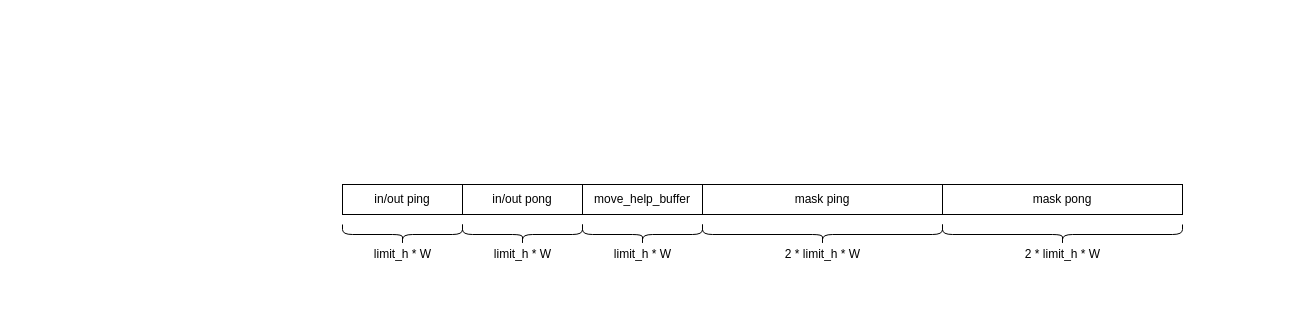
GuoZhiBin2014/algorithm keeps this draw.io diagram as softmax_ram.drawio. Above is the earlier version. Source tidied: cells renumbered, new cells numbered last; positions are measured from the earlier drawing's top-left corner, leaving out a move shared by most shapes. Both pictures are drawn from the tidied source at 100%, with x=0, y=0 at pixel (342, 114).
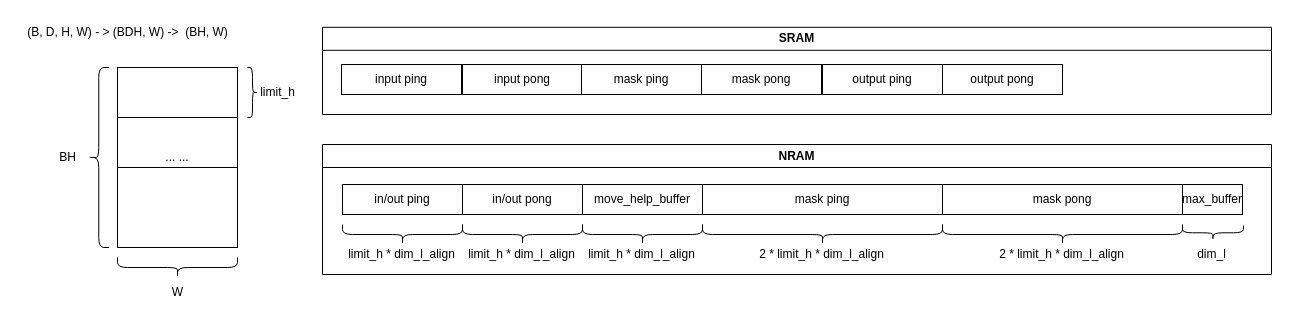
After the change.

Change to the diagram source:
```diff
@@
-    <mxCell id="8" value="limit_h * W" style="text;html=1;align=center;verticalAlign=middle;strokeColor=none;fillColor=none;" parent="1" vertex="1">
-      <mxGeometry x="20" y="125" width="80" height="30" as="geometry" />
+    <mxCell id="8" value="limit_h * dim_l_align" style="text;html=1;align=center;verticalAlign=middle;strokeColor=none;fillColor=none;" parent="1" vertex="1">
+      <mxGeometry x="-6" y="125" width="130" height="30" as="geometry" />
     </mxCell>
@@
-    <mxCell id="11" value="limit_h * W" style="text;html=1;align=center;verticalAlign=middle;strokeColor=none;fillColor=none;" parent="1" vertex="1">
-      <mxGeometry x="140" y="125" width="80" height="30" as="geometry" />
-    </mxCell>
-    <mxCell id="12" value="limit_h * W" style="text;html=1;align=center;verticalAlign=middle;strokeColor=none;fillColor=none;" parent="1" vertex="1">
-      <mxGeometry x="260" y="125" width="80" height="30" as="geometry" />
-    </mxCell>
@@
-    <mxCell id="14" value="2 * limit_h * W" style="text;html=1;align=center;verticalAlign=middle;strokeColor=none;fillColor=none;" parent="1" vertex="1">
-      <mxGeometry x="430" y="125" width="100" height="30" as="geometry" />
-    </mxCell>
-    <mxCell id="15" value="2 * limit_h * W" style="text;html=1;align=center;verticalAlign=middle;strokeColor=none;fillColor=none;" parent="1" vertex="1">
-      <mxGeometry x="670" y="125" width="100" height="30" as="geometry" />
-    </mxCell>
@@
+    <mxCell id="17" value="... ..." style="rounded=0;whiteSpace=wrap;html=1;" parent="1" vertex="1">
+      <mxGeometry x="-225" y="-47" width="120" height="180" as="geometry" />
+    </mxCell>
+    <mxCell id="18" style="shape=curlyBracket;whiteSpace=wrap;html=1;rounded=1;flipH=1;labelPosition=right;verticalLabelPosition=middle;align=left;verticalAlign=middle;rotation=90;" parent="1" vertex="1">
+      <mxGeometry x="-175" y="93" width="20" height="120" as="geometry" />
+    </mxCell>
+    <mxCell id="19" value="W" style="text;html=1;align=center;verticalAlign=middle;strokeColor=none;fillColor=none;" parent="1" vertex="1">
+      <mxGeometry x="-180" y="163" width="30" height="30" as="geometry" />
+    </mxCell>
+    <mxCell id="20" style="shape=curlyBracket;whiteSpace=wrap;html=1;rounded=1;flipH=1;labelPosition=right;verticalLabelPosition=middle;align=left;verticalAlign=middle;rotation=-180;" parent="1" vertex="1">
+      <mxGeometry x="-254" y="-47" width="20.5" height="180" as="geometry" />
+    </mxCell>
+    <mxCell id="21" value="BH" style="text;html=1;align=center;verticalAlign=middle;strokeColor=none;fillColor=none;" parent="1" vertex="1">
+      <mxGeometry x="-295" y="28" width="40" height="30" as="geometry" />
+    </mxCell>
+    <mxCell id="22" value="(B, D, H, W) - &amp;gt; (BDH, W) -&amp;gt;&amp;nbsp; (BH, W)" style="text;html=1;align=center;verticalAlign=middle;strokeColor=none;fillColor=none;" parent="1" vertex="1">
+      <mxGeometry x="-325" y="-97" width="220" height="30" as="geometry" />
+    </mxCell>
+    <mxCell id="23" style="endArrow=none;html=1;rounded=0;" parent="1" edge="1">
+      <mxGeometry relative="1" as="geometry">
+        <mxPoint x="-225" y="3" as="sourcePoint" />
+        <mxPoint x="-105" y="3" as="targetPoint" />
+      </mxGeometry>
+    </mxCell>
+    <mxCell id="24" style="endArrow=none;html=1;rounded=0;" parent="1" edge="1">
+      <mxGeometry relative="1" as="geometry">
+        <mxPoint x="-225" y="53" as="sourcePoint" />
+        <mxPoint x="-105" y="53" as="targetPoint" />
+      </mxGeometry>
+    </mxCell>
+    <mxCell id="25" style="shape=curlyBracket;whiteSpace=wrap;html=1;rounded=1;flipH=1;labelPosition=right;verticalLabelPosition=middle;align=left;verticalAlign=middle;size=0.5;" parent="1" vertex="1">
+      <mxGeometry x="-95" y="-47" width="10" height="50" as="geometry" />
+    </mxCell>
+    <mxCell id="26" value="limit_h" style="text;html=1;align=center;verticalAlign=middle;strokeColor=none;fillColor=none;" parent="1" vertex="1">
+      <mxGeometry x="-95" y="-37" width="60" height="30" as="geometry" />
+    </mxCell>
+    <mxCell id="27" value="limit_h * dim_l_align" style="text;html=1;align=center;verticalAlign=middle;strokeColor=none;fillColor=none;" parent="1" vertex="1">
+      <mxGeometry x="114" y="125" width="130" height="30" as="geometry" />
+    </mxCell>
+    <mxCell id="28" value="limit_h * dim_l_align" style="text;html=1;align=center;verticalAlign=middle;strokeColor=none;fillColor=none;" parent="1" vertex="1">
+      <mxGeometry x="234" y="125" width="130" height="30" as="geometry" />
+    </mxCell>
+    <mxCell id="29" value="2 * limit_h * dim_l_align" style="text;html=1;align=center;verticalAlign=middle;strokeColor=none;fillColor=none;" parent="1" vertex="1">
+      <mxGeometry x="404" y="125" width="150" height="30" as="geometry" />
+    </mxCell>
+    <mxCell id="30" value="2 * limit_h * dim_l_align" style="text;html=1;align=center;verticalAlign=middle;strokeColor=none;fillColor=none;" parent="1" vertex="1">
+      <mxGeometry x="644" y="125" width="150" height="30" as="geometry" />
+    </mxCell>
+    <mxCell id="31" value="max_buffer" style="rounded=0;whiteSpace=wrap;html=1;" parent="1" vertex="1">
+      <mxGeometry x="840" y="70" width="60" height="30" as="geometry" />
+    </mxCell>
+    <mxCell id="32" style="shape=curlyBracket;whiteSpace=wrap;html=1;rounded=1;flipH=1;labelPosition=right;verticalLabelPosition=middle;align=left;verticalAlign=middle;rotation=90;" parent="1" vertex="1">
+      <mxGeometry x="863.2" y="87.8" width="14.5" height="61" as="geometry" />
+    </mxCell>
+    <mxCell id="33" value="dim_l" style="text;html=1;align=center;verticalAlign=middle;strokeColor=none;fillColor=none;" parent="1" vertex="1">
+      <mxGeometry x="844" y="125" width="50" height="30" as="geometry" />
+    </mxCell>
+    <mxCell id="34" value="input ping" style="rounded=0;whiteSpace=wrap;html=1;" parent="1" vertex="1">
+      <mxGeometry x="-1" y="-50" width="120" height="30" as="geometry" />
+    </mxCell>
+    <mxCell id="35" value="input pong" style="rounded=0;whiteSpace=wrap;html=1;" parent="1" vertex="1">
+      <mxGeometry x="120" y="-50" width="120" height="30" as="geometry" />
+    </mxCell>
+    <mxCell id="36" value="mask ping" style="rounded=0;whiteSpace=wrap;html=1;" parent="1" vertex="1">
+      <mxGeometry x="239" y="-50" width="120" height="30" as="geometry" />
+    </mxCell>
+    <mxCell id="37" value="mask pong" style="rounded=0;whiteSpace=wrap;html=1;" parent="1" vertex="1">
+      <mxGeometry x="359" y="-50" width="120" height="30" as="geometry" />
+    </mxCell>
+    <mxCell id="38" value="output ping" style="rounded=0;whiteSpace=wrap;html=1;" parent="1" vertex="1">
+      <mxGeometry x="480" y="-50" width="120" height="30" as="geometry" />
+    </mxCell>
+    <mxCell id="39" value="output pong" style="rounded=0;whiteSpace=wrap;html=1;" parent="1" vertex="1">
+      <mxGeometry x="600" y="-50" width="120" height="30" as="geometry" />
+    </mxCell>
+    <mxCell id="40" value="SRAM" style="swimlane;whiteSpace=wrap;html=1;" parent="1" vertex="1">
+      <mxGeometry x="-20" y="-87.2" width="949" height="87.2" as="geometry" />
+    </mxCell>
+    <mxCell id="41" value="NRAM" style="swimlane;whiteSpace=wrap;html=1;" parent="1" vertex="1">
+      <mxGeometry x="-20" y="30" width="949" height="130" as="geometry" />
+    </mxCell>
```
